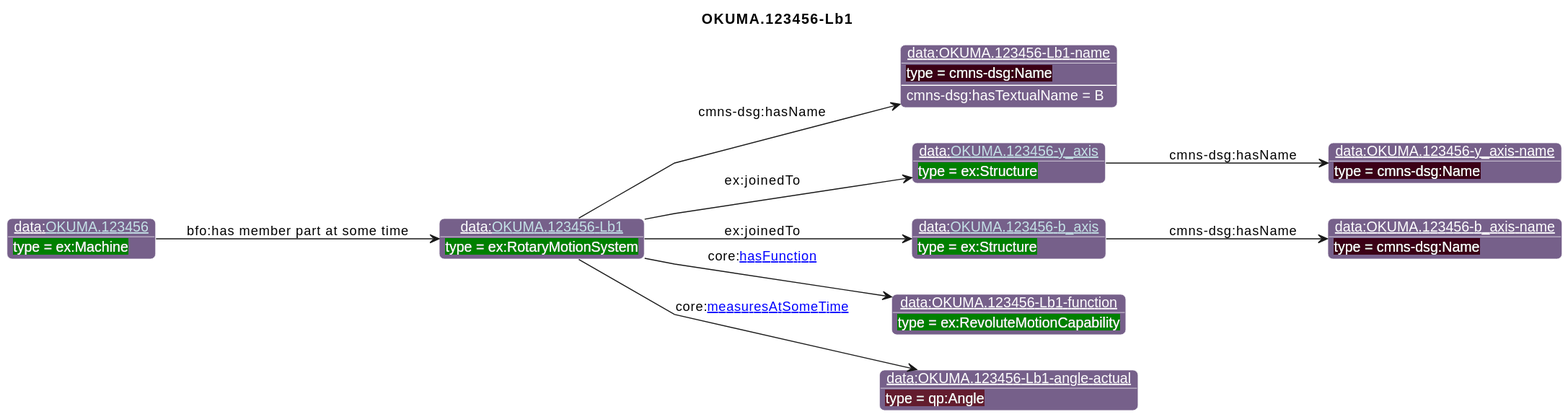
Before: diagrams/OKUMA.123456-Lb1.svg, a diagram exported from PlantUML (iofoundry/example-syseng-mtconnect).
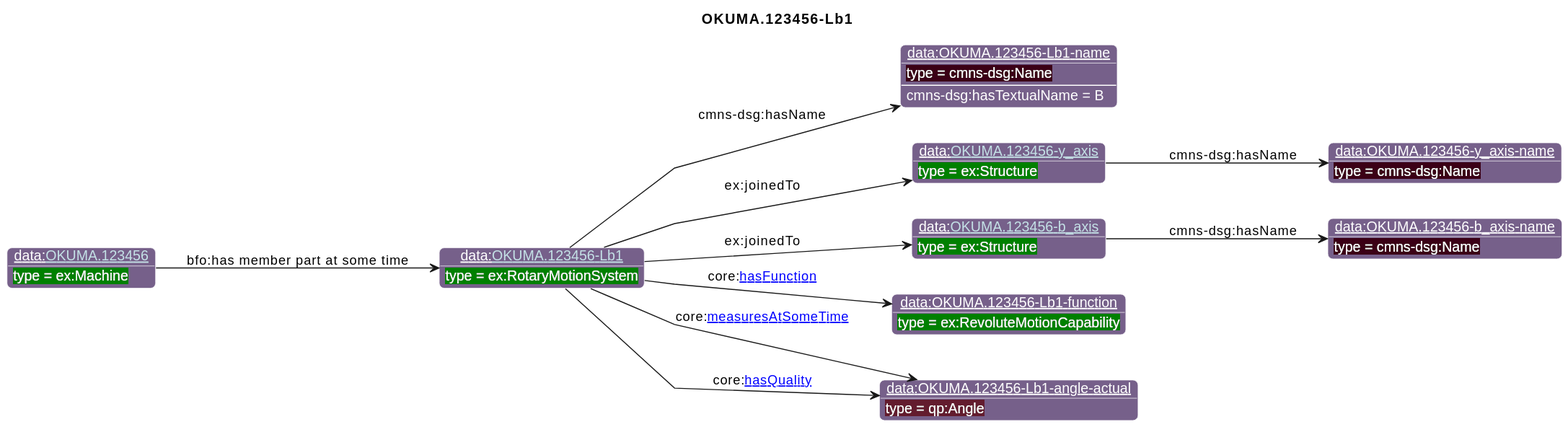
The same diagram one commit later.

What changed in the source:
```diff
@@ -36,5 +36,6 @@
 property(o5, cmns-dsg:hasName, o6)
 property(o1, core:[[https://spec.industrialontologies.org/ontology/core/Core/hasFunction hasFunction]], o7)
 property(o1, core:[[https://spec.industrialontologies.org/ontology/core/Core/measuresAtSomeTime measuresAtSomeTime]], o8)
+property(o1, core:[[https://spec.industrialontologies.org/ontology/core/Core/hasQuality hasQuality]], o8)
 property(o9, "bfo:has member part at some time", o1)
 @enduml
```
